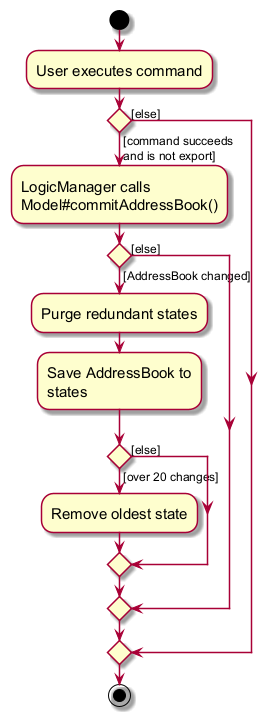
Earlier version of the PlantUML export docs/images/CommitActivityDiagram.png (AY2627S1-CS2103-F13-1/tp).
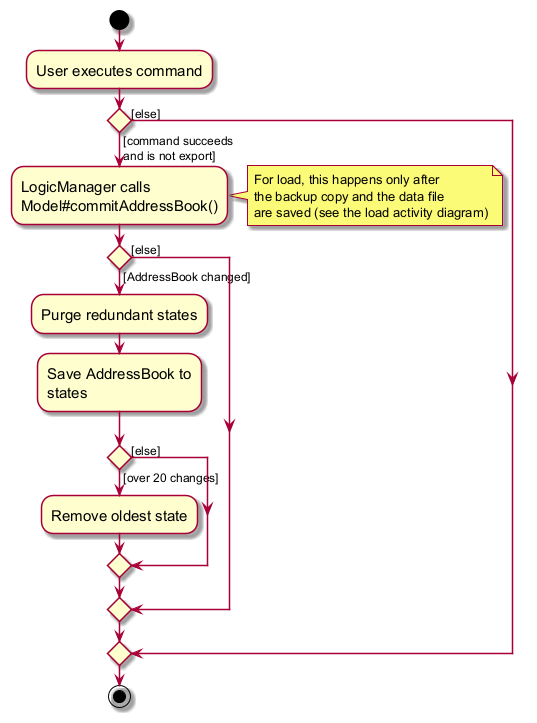
After the commit.

Commit message:
Docs: Note how load reaches the commit step

Diff of the diagram source:
```diff
@@ -10,6 +10,11 @@
 and is not export])
     :LogicManager calls
     Model#commitAddressBook();
+    note right
+      For load, this happens only after
+      the backup copy and the data file
+      are saved (see the load activity diagram)
+    end note
     if () then ([AddressBook changed])
         :Purge redundant states;
         :Save AddressBook to
```
